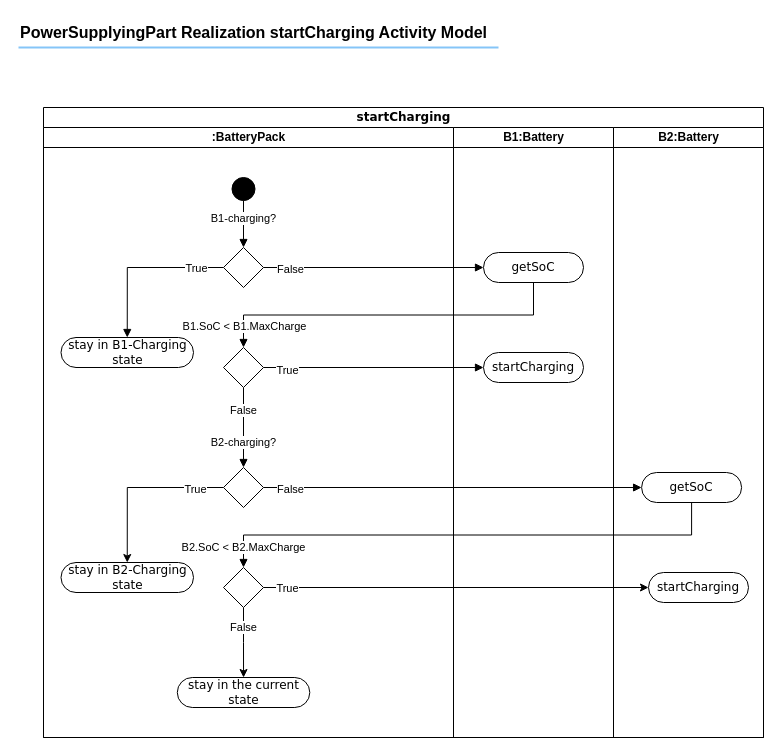
Mohammad-Si/convide-A02-MVE keeps this draw.io diagram as version/4/KobrA_Realization-Activity-Model_PowerSupplyingParty-startCharging.drawio. Above is the earlier version. Source tidied: cells renumbered, new cells numbered last; positions are measured from the earlier drawing's top-left corner, leaving out a move shared by most shapes. Both pictures are drawn from the tidied source at 100%, with x=0, y=0 at pixel (18, 17).
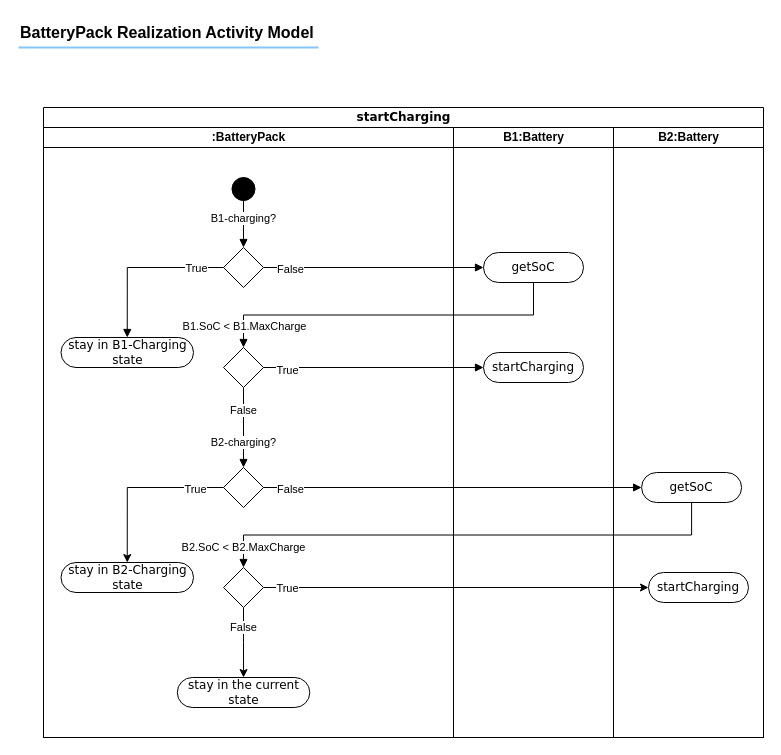
The same page after the edit.

Diff of the diagram source:
```diff
@@
-    <mxCell id="2" value="&lt;b&gt;PowerSupplyingPart Realization startCharging Activity Model&lt;/b&gt;" style="text;fontSize=16;verticalAlign=middle;strokeColor=none;fillColor=none;whiteSpace=wrap;html=1;" parent="1" vertex="1">
+    <mxCell id="2" value="&lt;b&gt;BatteryPack Realization Activity Model&lt;/b&gt;" style="text;fontSize=16;verticalAlign=middle;strokeColor=none;fillColor=none;whiteSpace=wrap;html=1;" parent="1" vertex="1">
       <mxGeometry width="500" height="30" as="geometry" />
     </mxCell>
     <mxCell id="3" style="dashed=0;shape=line;strokeWidth=2;noLabel=1;strokeColor=#0C8CF2;opacity=50;" parent="1" vertex="1">
-      <mxGeometry y="25" width="480" height="10" as="geometry" />
+      <mxGeometry y="25" width="300" height="10" as="geometry" />
     </mxCell>
```
